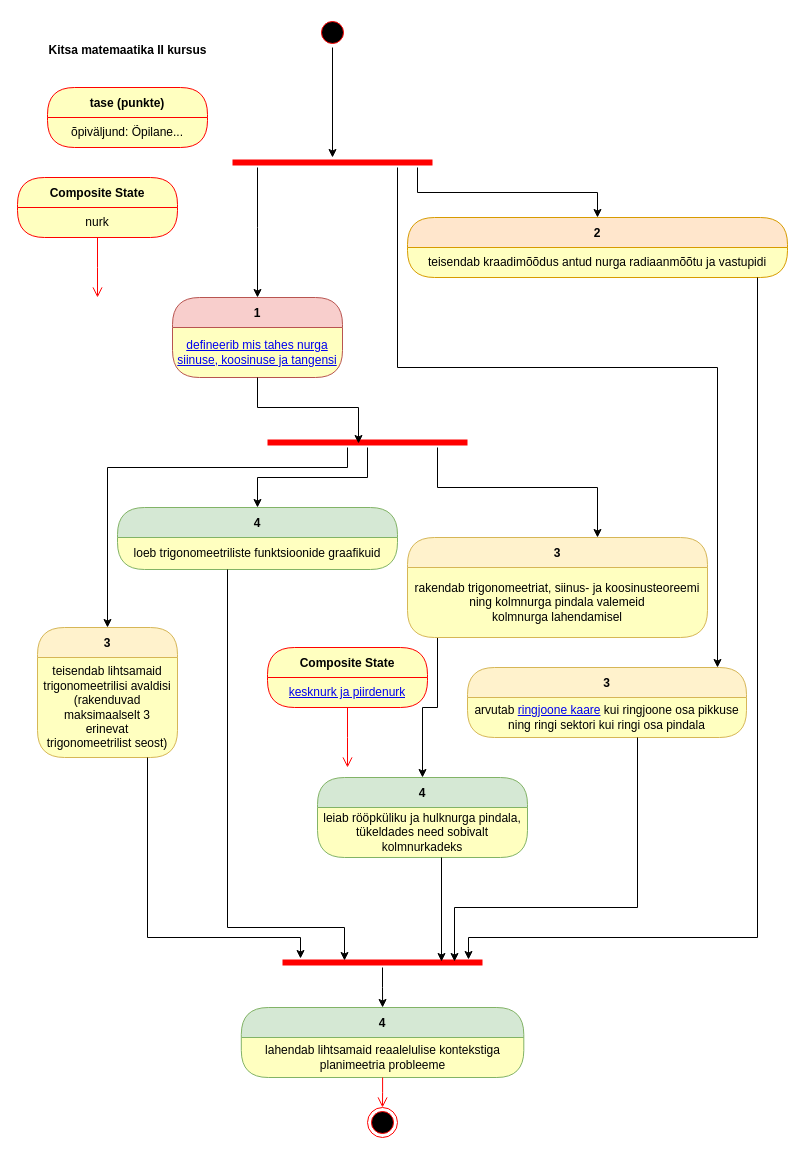
Earlier version of the draw.io diagram page "Õpiväljundid" (1 of 2) of rmd/matemaatika-kitsas-2.drawio (piiskop/matemaatika-kitsas-2). Source tidied: cells renumbered, new cells numbered last; positions are measured from the earlier drawing's top-left corner, leaving out a move shared by most shapes. Both pictures are drawn from the tidied source at 100%, with x=0, y=0 at pixel (17, 17).
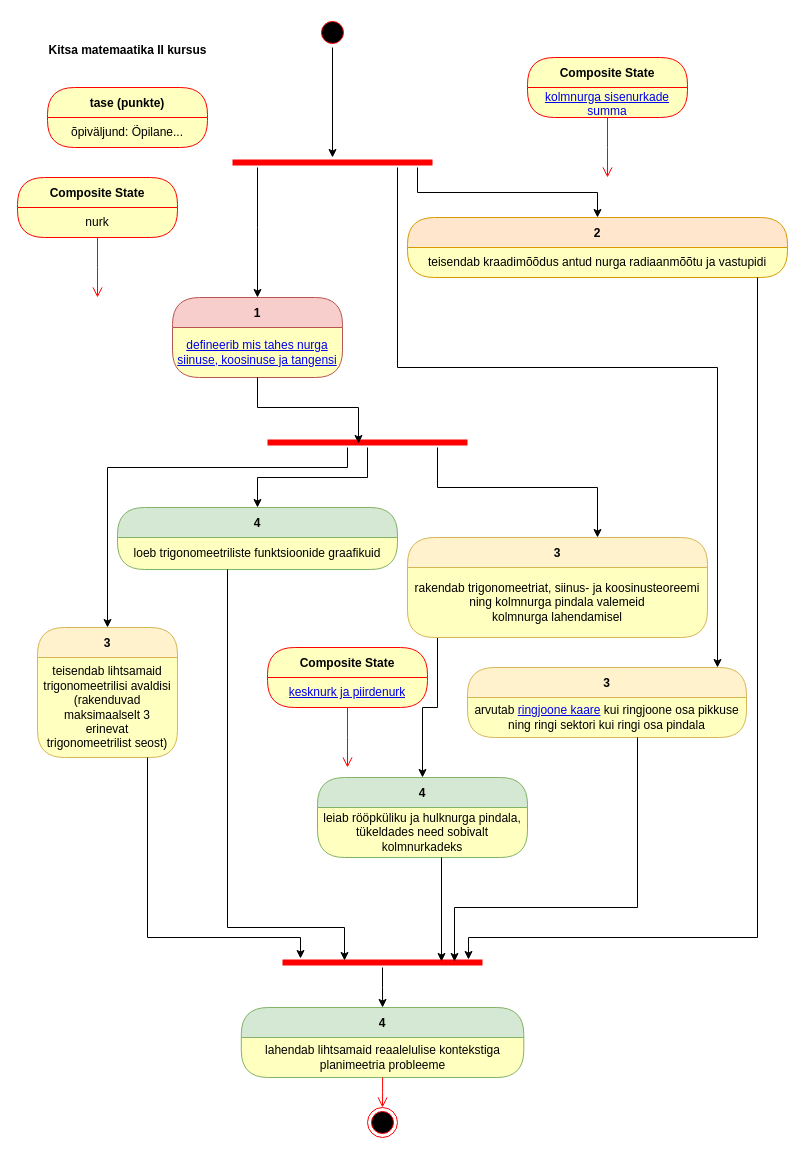
Above is the later version.

Commit message:
kolmnurga sisenurkade summa video link

Change to the diagram source:
```diff
@@
+    <mxCell id="49" value="Composite State" style="swimlane;fontStyle=1;align=center;verticalAlign=middle;horizontal=1;startSize=30;fontColor=#000000;rounded=1;arcSize=30;strokeColor=#ff0000;fillColor=#ffffc0;swimlaneFillColor=#ffffc0;" parent="1" vertex="1">
+      <mxGeometry x="510" y="40" width="160" height="60" as="geometry" />
+    </mxCell>
+    <mxCell id="50" value="&lt;a href=&quot;https://youtu.be/MkCB1XhrBUU&quot;&gt;kolmnurga sisenurkade summa&lt;/a&gt;" style="text;html=1;strokeColor=none;fillColor=none;align=center;verticalAlign=middle;spacingLeft=4;spacingRight=4;whiteSpace=wrap;overflow=hidden;fontColor=#000000;" parent="49" vertex="1">
+      <mxGeometry y="30" width="160" height="30" as="geometry" />
+    </mxCell>
+    <mxCell id="51" style="edgeStyle=orthogonalEdgeStyle;html=1;verticalAlign=bottom;endArrow=open;endSize=8;strokeColor=#ff0000;rounded=0;" parent="1" edge="1" source="49">
+      <mxGeometry relative="1" as="geometry">
+        <mxPoint x="590" y="160" as="targetPoint" />
+      </mxGeometry>
+    </mxCell>
```
